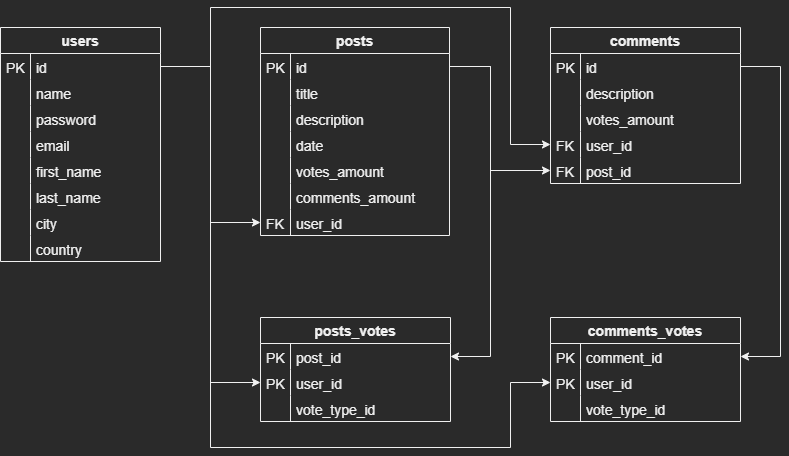
This is bd/Modelo_ER.png from luispereira1999/PW2-ProjetoFinal, a draw.io export, as it was before one commit. Source tidied: cells renumbered, new cells last; positions are measured from the earlier drawing's top-left corner, leaving out a move shared by most shapes.
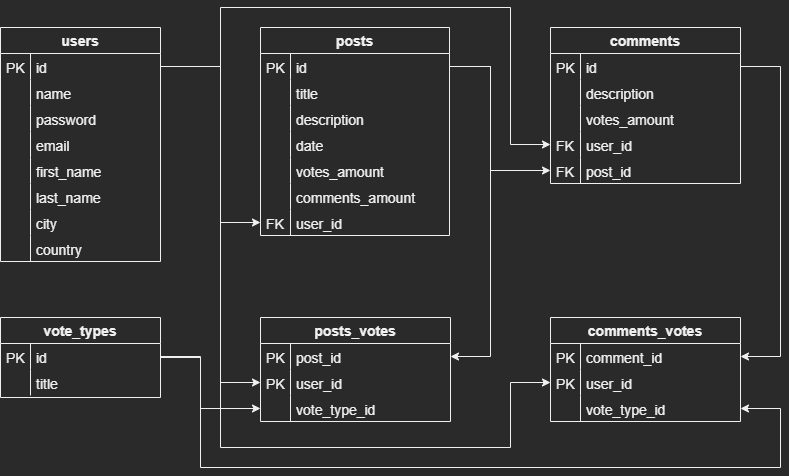
The same diagram one commit later.

The edit, as a diff of the source:
```diff
@@ -153,7 +153,12 @@
       <mxGeometry width="30" height="26" as="geometry" />
     </mxCell>
     <mxCell id="52" style="edgeStyle=orthogonalEdgeStyle;rounded=0;jettySize=auto;html=1;entryX=0;entryY=0.5;entryDx=0;entryDy=0;" parent="1" edge="1" source="14" target="43">
-      <mxGeometry relative="1" as="geometry" />
+      <mxGeometry relative="1" as="geometry">
+        <Array as="points">
+          <mxPoint x="220" y="59" />
+          <mxPoint x="220" y="215" />
+        </Array>
+      </mxGeometry>
     </mxCell>
     <mxCell id="53" value="comments_votes" style="swimlane;fontStyle=1;horizontal=1;startSize=26;rounded=0;shadow=0;strokeWidth=1;fontSize=14;" parent="1" vertex="1">
       <mxGeometry x="550" y="310" width="190" height="104" as="geometry" />
@@ -187,15 +192,20 @@
     <mxCell id="61" style="edgeStyle=orthogonalEdgeStyle;rounded=0;jettySize=auto;html=1;entryX=0;entryY=0.5;entryDx=0;entryDy=0;exitX=1;exitY=0.5;exitDx=0;exitDy=0;" parent="1" edge="1" source="14" target="9">
       <mxGeometry relative="1" as="geometry">
         <Array as="points">
-          <mxPoint x="210" y="59" />
-          <mxPoint x="210" />
+          <mxPoint x="220" y="59" />
+          <mxPoint x="220" />
           <mxPoint x="510" />
           <mxPoint x="510" y="137" />
         </Array>
       </mxGeometry>
     </mxCell>
     <mxCell id="62" style="edgeStyle=orthogonalEdgeStyle;rounded=0;jettySize=auto;html=1;entryX=0;entryY=0.5;entryDx=0;entryDy=0;exitX=1;exitY=0.5;exitDx=0;exitDy=0;" parent="1" edge="1" source="14" target="48">
-      <mxGeometry relative="1" as="geometry" />
+      <mxGeometry relative="1" as="geometry">
+        <Array as="points">
+          <mxPoint x="220" y="59" />
+          <mxPoint x="220" y="375" />
+        </Array>
+      </mxGeometry>
     </mxCell>
     <mxCell id="63" style="edgeStyle=orthogonalEdgeStyle;rounded=0;jettySize=auto;html=1;entryX=1;entryY=0.5;entryDx=0;entryDy=0;exitX=1;exitY=0.5;exitDx=0;exitDy=0;" parent="1" edge="1" source="31" target="46">
       <mxGeometry relative="1" as="geometry">
@@ -208,8 +218,8 @@
     <mxCell id="64" style="edgeStyle=orthogonalEdgeStyle;rounded=0;jettySize=auto;html=1;entryX=0;entryY=0.5;entryDx=0;entryDy=0;exitX=1;exitY=0.5;exitDx=0;exitDy=0;" parent="1" edge="1" source="14" target="56">
       <mxGeometry relative="1" as="geometry">
         <Array as="points">
-          <mxPoint x="210" y="59" />
-          <mxPoint x="210" y="440" />
+          <mxPoint x="220" y="59" />
+          <mxPoint x="220" y="440" />
           <mxPoint x="510" y="440" />
           <mxPoint x="510" y="375" />
         </Array>
@@ -223,5 +233,38 @@
         </Array>
       </mxGeometry>
     </mxCell>
+    <mxCell id="66" style="edgeStyle=orthogonalEdgeStyle;rounded=0;jettySize=auto;html=1;" parent="1" edge="1" source="68" target="50">
+      <mxGeometry relative="1" as="geometry">
+        <Array as="points">
+          <mxPoint x="200" y="350" />
+          <mxPoint x="200" y="401" />
+        </Array>
+      </mxGeometry>
+    </mxCell>
+    <mxCell id="67" style="edgeStyle=orthogonalEdgeStyle;rounded=0;jettySize=auto;html=1;entryX=1;entryY=0.5;entryDx=0;entryDy=0;exitX=1;exitY=0.5;exitDx=0;exitDy=0;" parent="1" edge="1" source="69" target="58">
+      <mxGeometry relative="1" as="geometry">
+        <Array as="points">
+          <mxPoint x="200" y="349" />
+          <mxPoint x="200" y="460" />
+          <mxPoint x="780" y="460" />
+          <mxPoint x="780" y="401" />
+        </Array>
+      </mxGeometry>
+    </mxCell>
+    <mxCell id="68" value="vote_types" style="swimlane;fontStyle=1;horizontal=1;startSize=26;rounded=0;shadow=0;strokeWidth=1;fontSize=14;" parent="1" vertex="1">
+      <mxGeometry y="310" width="160" height="80" as="geometry" />
+    </mxCell>
+    <mxCell id="69" value="id" style="shape=partialRectangle;top=0;left=0;right=0;bottom=1;align=left;verticalAlign=top;fillColor=none;spacingLeft=34;spacingRight=4;overflow=hidden;points=[[0,0.5],[1,0.5]];portConstraint=eastwest;fontSize=14;strokeColor=none;" parent="68" vertex="1">
+      <mxGeometry y="26" width="160" height="26" as="geometry" />
+    </mxCell>
+    <mxCell id="70" value="PK" style="shape=partialRectangle;top=0;left=0;bottom=0;fillColor=none;align=left;verticalAlign=top;spacingLeft=4;spacingRight=4;overflow=hidden;fontSize=14;" parent="69" vertex="1">
+      <mxGeometry width="30" height="26" as="geometry" />
+    </mxCell>
+    <mxCell id="71" value="title" style="shape=partialRectangle;top=0;left=0;right=0;bottom=0;align=left;verticalAlign=top;fillColor=none;spacingLeft=34;spacingRight=4;overflow=hidden;fontSize=14;" parent="68" vertex="1">
+      <mxGeometry y="52" width="160" height="26" as="geometry" />
+    </mxCell>
+    <mxCell id="72" style="shape=partialRectangle;top=0;left=0;bottom=0;fillColor=none;align=left;verticalAlign=top;spacingLeft=4;spacingRight=4;overflow=hidden;fontSize=14;" parent="71" vertex="1">
+      <mxGeometry width="30" height="26" as="geometry" />
+    </mxCell>
   </root>
 </mxGraphModel>
```
